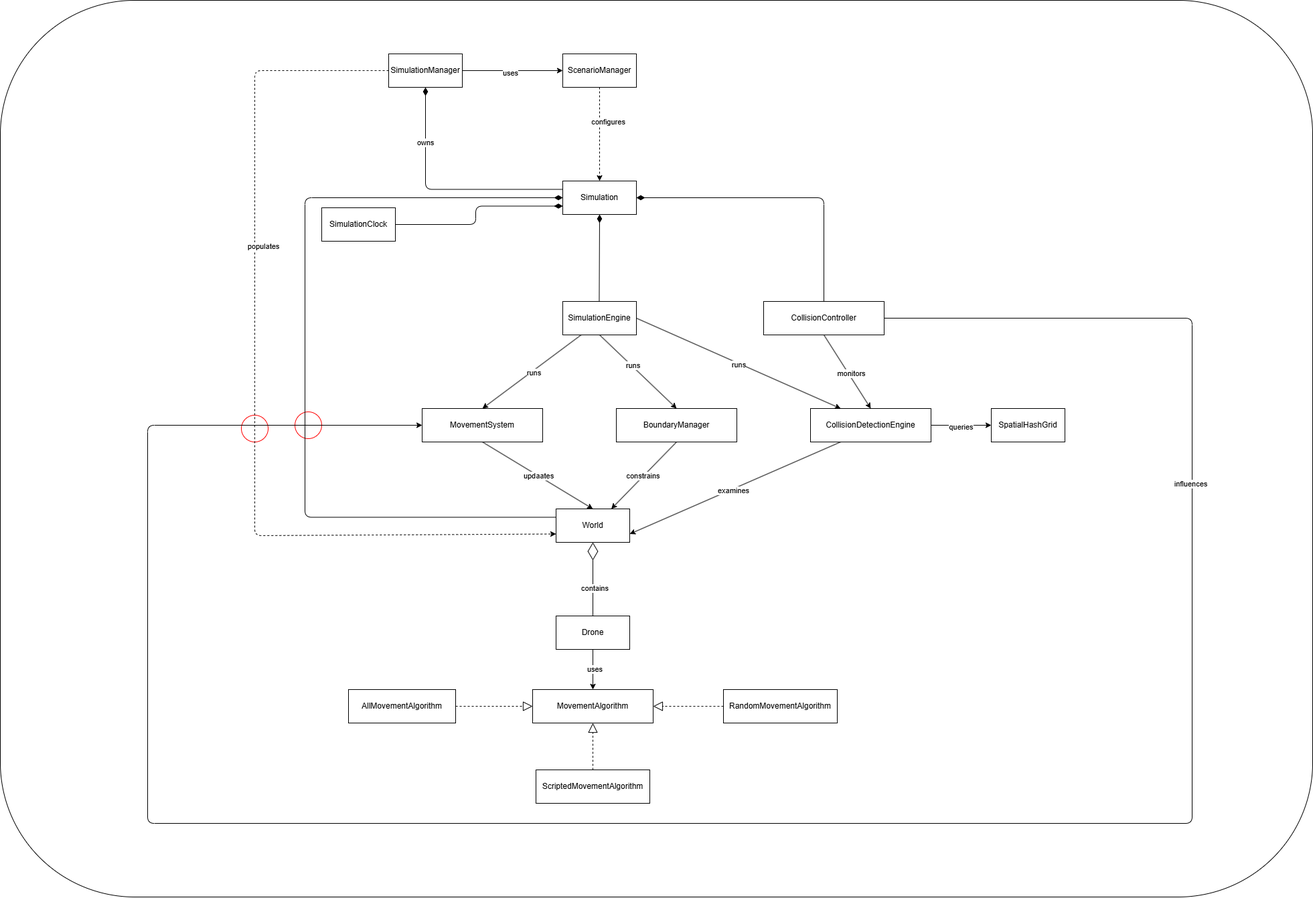
Earlier version of the draw.io export designs/simulation_ai_domain.drawio.png (jsfmu/drone-swarm-simulator). Source tidied: cells renumbered, new cells last; positions are measured from the earlier drawing's top-left corner, leaving out a move shared by most shapes.
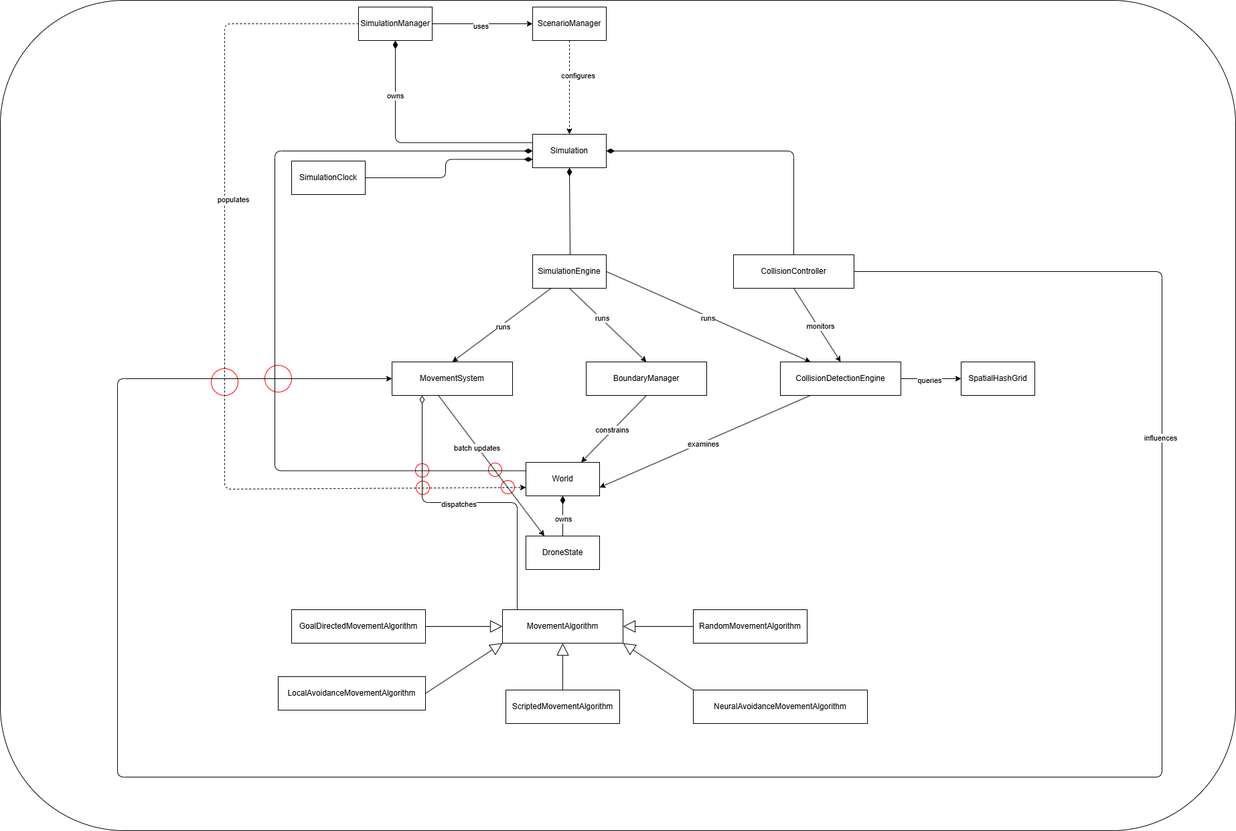
After the change.

Commit message:
Rerouted some flows and added movement algorithms

Change to the diagram source:
```diff
@@ -2,9 +2,21 @@
   <root>
     <mxCell id="0" />
     <mxCell id="1" parent="0" />
-    <mxCell id="2" style="rounded=1;whiteSpace=wrap;html=1;" parent="1" vertex="1">
-      <mxGeometry width="1960" height="1340" as="geometry" />
-    </mxCell>
+    <mxCell id="58" style="rounded=1;whiteSpace=wrap;html=1;" parent="1" vertex="1">
+      <mxGeometry x="45" y="70" width="1845" height="1240" as="geometry" />
+    </mxCell>
+    <mxCell id="59" style="ellipse;whiteSpace=wrap;html=1;strokeColor=#FF0000;" parent="1" vertex="1">
+      <mxGeometry x="793" y="787" width="20" height="20" as="geometry" />
+    </mxCell>
+    <mxCell id="60" style="ellipse;whiteSpace=wrap;html=1;strokeColor=#FF0000;" parent="1" vertex="1">
+      <mxGeometry x="774" y="761" width="20" height="20" as="geometry" />
+    </mxCell>
+    <mxCell id="61" style="ellipse;whiteSpace=wrap;html=1;strokeColor=#FF0000;" parent="1" vertex="1">
+      <mxGeometry x="666" y="788" width="20" height="20" as="geometry" />
+    </mxCell>
+    <mxCell id="62" style="ellipse;whiteSpace=wrap;html=1;strokeColor=#FF0000;" parent="1" vertex="1">
+      <mxGeometry x="665" y="762" width="20" height="20" as="geometry" />
+    </mxCell>
     <mxCell id="3" style="ellipse;whiteSpace=wrap;html=1;strokeColor=#FF0000;" parent="1" vertex="1">
       <mxGeometry x="440" y="615" width="40" height="40" as="geometry" />
     </mxCell>
@@ -86,14 +98,12 @@
         </Array>
       </mxGeometry>
     </mxCell>
-    <mxCell id="26" style="edgeStyle=none;html=1;exitX=0.5;exitY=1;exitDx=0;exitDy=0;entryX=0.5;entryY=0;entryDx=0;entryDy=0;" parent="1" edge="1" source="28" target="37">
-      <mxGeometry relative="1" as="geometry" />
-    </mxCell>
-    <mxCell id="27" value="updaates" style="edgeLabel;html=1;align=center;verticalAlign=middle;" parent="26" vertex="1">
-      <mxGeometry y="1" relative="1" as="geometry">
-        <mxPoint y="1" as="offset" />
-      </mxGeometry>
-    </mxCell>
+    <mxCell id="63" style="edgeStyle=none;html=1;exitX=0.386;exitY=1.006;exitDx=0;exitDy=0;entryX=0.25;entryY=0;entryDx=0;entryDy=0;exitPerimeter=0;" parent="1" edge="1" source="28" target="46">
+      <mxGeometry relative="1" as="geometry" />
+    </mxCell>
+    <mxCell id="64" value="batch updates" style="edgeLabel;html=1;align=center;verticalAlign=middle;" parent="63" vertex="1">
+      <mxGeometry x="-0.27" y="-2" relative="1" as="geometry" />
+    </mxCell>
     <mxCell id="28" value="MovementSystem" style="html=1;whiteSpace=wrap;" parent="1" vertex="1">
       <mxGeometry x="630" y="610" width="180" height="50" as="geometry" />
     </mxCell>
@@ -159,23 +169,11 @@
     <mxCell id="43" value="SpatialHashGrid" style="html=1;whiteSpace=wrap;" parent="1" vertex="1">
       <mxGeometry x="1480" y="610" width="110" height="50" as="geometry" />
     </mxCell>
-    <mxCell id="44" style="edgeStyle=none;html=1;exitX=0.5;exitY=1;exitDx=0;exitDy=0;" parent="1" edge="1" source="46" target="49">
-      <mxGeometry relative="1" as="geometry" />
-    </mxCell>
-    <mxCell id="45" value="uses" style="edgeLabel;html=1;align=center;verticalAlign=middle;" parent="44" vertex="1">
-      <mxGeometry x="-0.05" y="2" relative="1" as="geometry" />
-    </mxCell>
-    <mxCell id="46" value="Drone" style="html=1;whiteSpace=wrap;" parent="1" vertex="1">
-      <mxGeometry x="830" y="920" width="110" height="50" as="geometry" />
+    <mxCell id="46" value="DroneState" style="html=1;whiteSpace=wrap;" parent="1" vertex="1">
+      <mxGeometry x="830" y="870" width="110" height="50" as="geometry" />
     </mxCell>
-    <mxCell id="47" style="endArrow=diamondThin;endFill=0;endSize=24;html=1;exitX=0.5;exitY=0;exitDx=0;exitDy=0;entryX=0.5;entryY=1;entryDx=0;entryDy=0;" parent="1" edge="1" source="46" target="37">
-      <mxGeometry relative="1" as="geometry" />
-    </mxCell>
-    <mxCell id="48" value="contains" style="edgeLabel;html=1;align=center;verticalAlign=middle;" parent="47" vertex="1">
-      <mxGeometry x="-0.25" y="-2" relative="1" as="geometry" />
-    </mxCell>
     <mxCell id="49" value="MovementAlgorithm" style="html=1;whiteSpace=wrap;" parent="1" vertex="1">
-      <mxGeometry x="795" y="1030" width="180" height="50" as="geometry" />
+      <mxGeometry x="795" y="980" width="180" height="50" as="geometry" />
     </mxCell>
     <mxCell id="50" style="edgeStyle=none;html=1;exitX=1;exitY=0.5;exitDx=0;exitDy=0;entryX=0;entryY=0.5;entryDx=0;entryDy=0;" parent="1" edge="1" source="24" target="28">
       <mxGeometry relative="1" as="geometry">
@@ -190,23 +188,47 @@
     <mxCell id="51" value="influences" style="edgeLabel;html=1;align=center;verticalAlign=middle;" parent="50" vertex="1">
       <mxGeometry x="-0.63" y="-3" relative="1" as="geometry" />
     </mxCell>
-    <mxCell id="52" value="AllMovementAlgorithm" style="html=1;whiteSpace=wrap;" parent="1" vertex="1">
-      <mxGeometry x="520" y="1030" width="160" height="50" as="geometry" />
+    <mxCell id="52" value="GoalDirectedMovementAlgorithm" style="html=1;whiteSpace=wrap;" parent="1" vertex="1">
+      <mxGeometry x="480" y="980" width="200" height="50" as="geometry" />
     </mxCell>
     <mxCell id="53" value="RandomMovementAlgorithm" style="html=1;whiteSpace=wrap;" parent="1" vertex="1">
-      <mxGeometry x="1080" y="1030" width="170" height="50" as="geometry" />
+      <mxGeometry x="1080" y="980" width="170" height="50" as="geometry" />
     </mxCell>
     <mxCell id="54" value="ScriptedMovementAlgorithm" style="html=1;whiteSpace=wrap;" parent="1" vertex="1">
-      <mxGeometry x="800" y="1150" width="170" height="50" as="geometry" />
+      <mxGeometry x="800" y="1100" width="170" height="50" as="geometry" />
     </mxCell>
-    <mxCell id="55" style="endArrow=block;dashed=1;endFill=0;endSize=12;html=1;exitX=0.5;exitY=0;exitDx=0;exitDy=0;entryX=0.5;entryY=1;entryDx=0;entryDy=0;" parent="1" edge="1" source="54" target="49">
-      <mxGeometry relative="1" as="geometry" />
-    </mxCell>
+    <mxCell id="2" style="html=1;startArrow=diamondThin;startFill=1;edgeStyle=elbowEdgeStyle;elbow=vertical;startSize=10;endArrow=none;endFill=0;entryX=0.5;entryY=0;entryDx=0;entryDy=0;exitX=0.5;exitY=1;exitDx=0;exitDy=0;" parent="1" edge="1" source="37" target="46">
+      <mxGeometry relative="1" as="geometry" />
+    </mxCell>
+    <mxCell id="65" value="owns" style="edgeLabel;html=1;align=center;verticalAlign=middle;" parent="2" vertex="1">
+      <mxGeometry x="0.16" relative="1" as="geometry" />
+    </mxCell>
+    <mxCell id="66" style="html=1;startArrow=diamondThin;startFill=0;edgeStyle=elbowEdgeStyle;elbow=vertical;startSize=10;endArrow=none;endFill=0;entryX=0.122;entryY=-0.008;entryDx=0;entryDy=0;exitX=0.25;exitY=1;exitDx=0;exitDy=0;entryPerimeter=0;" parent="1" edge="1" source="28" target="49">
+      <mxGeometry relative="1" as="geometry" />
+    </mxCell>
+    <mxCell id="67" value="dispatches" style="edgeLabel;html=1;align=center;verticalAlign=middle;" parent="66" vertex="1">
+      <mxGeometry x="-0.07" y="-2" relative="1" as="geometry" />
+    </mxCell>
-    <mxCell id="56" style="endArrow=block;dashed=1;endFill=0;endSize=12;html=1;exitX=0;exitY=0.5;exitDx=0;exitDy=0;" parent="1" edge="1" source="53" target="49">
+    <mxCell id="56" style="endArrow=block;endSize=16;endFill=0;html=1;exitX=0;exitY=0.5;exitDx=0;exitDy=0;entryX=1;entryY=0.5;entryDx=0;entryDy=0;" parent="1" edge="1" source="53" target="49">
       <mxGeometry relative="1" as="geometry" />
     </mxCell>
-    <mxCell id="57" style="endArrow=block;dashed=1;endFill=0;endSize=12;html=1;exitX=1;exitY=0.5;exitDx=0;exitDy=0;entryX=0;entryY=0.5;entryDx=0;entryDy=0;" parent="1" edge="1" source="52" target="49">
+    <mxCell id="57" style="endArrow=block;endSize=16;endFill=0;html=1;exitX=1;exitY=0.5;exitDx=0;exitDy=0;entryX=0;entryY=0.5;entryDx=0;entryDy=0;" parent="1" edge="1" source="52" target="49">
       <mxGeometry relative="1" as="geometry" />
     </mxCell>
+    <mxCell id="55" style="endArrow=block;endSize=16;endFill=0;html=1;exitX=0.5;exitY=0;exitDx=0;exitDy=0;entryX=0.5;entryY=1;entryDx=0;entryDy=0;" parent="1" edge="1" source="54" target="49">
+      <mxGeometry relative="1" as="geometry" />
+    </mxCell>
+    <mxCell id="68" value="LocalAvoidanceMovementAlgorithm" style="html=1;whiteSpace=wrap;" parent="1" vertex="1">
+      <mxGeometry x="460" y="1080" width="220" height="50" as="geometry" />
+    </mxCell>
+    <mxCell id="69" style="endArrow=block;endSize=16;endFill=0;html=1;exitX=1;exitY=0.5;exitDx=0;exitDy=0;entryX=0;entryY=1;entryDx=0;entryDy=0;" parent="1" edge="1" source="68" target="49">
+      <mxGeometry relative="1" as="geometry" />
+    </mxCell>
+    <mxCell id="70" value="NeuralAvoidanceMovementAlgorithm" style="html=1;whiteSpace=wrap;" parent="1" vertex="1">
+      <mxGeometry x="1080" y="1100" width="260" height="50" as="geometry" />
+    </mxCell>
+    <mxCell id="71" style="endArrow=block;endSize=16;endFill=0;html=1;exitX=0;exitY=0;exitDx=0;exitDy=0;entryX=1;entryY=1;entryDx=0;entryDy=0;" parent="1" edge="1" source="70" target="49">
+      <mxGeometry relative="1" as="geometry" />
+    </mxCell>
   </root>
 </mxGraphModel>
```
